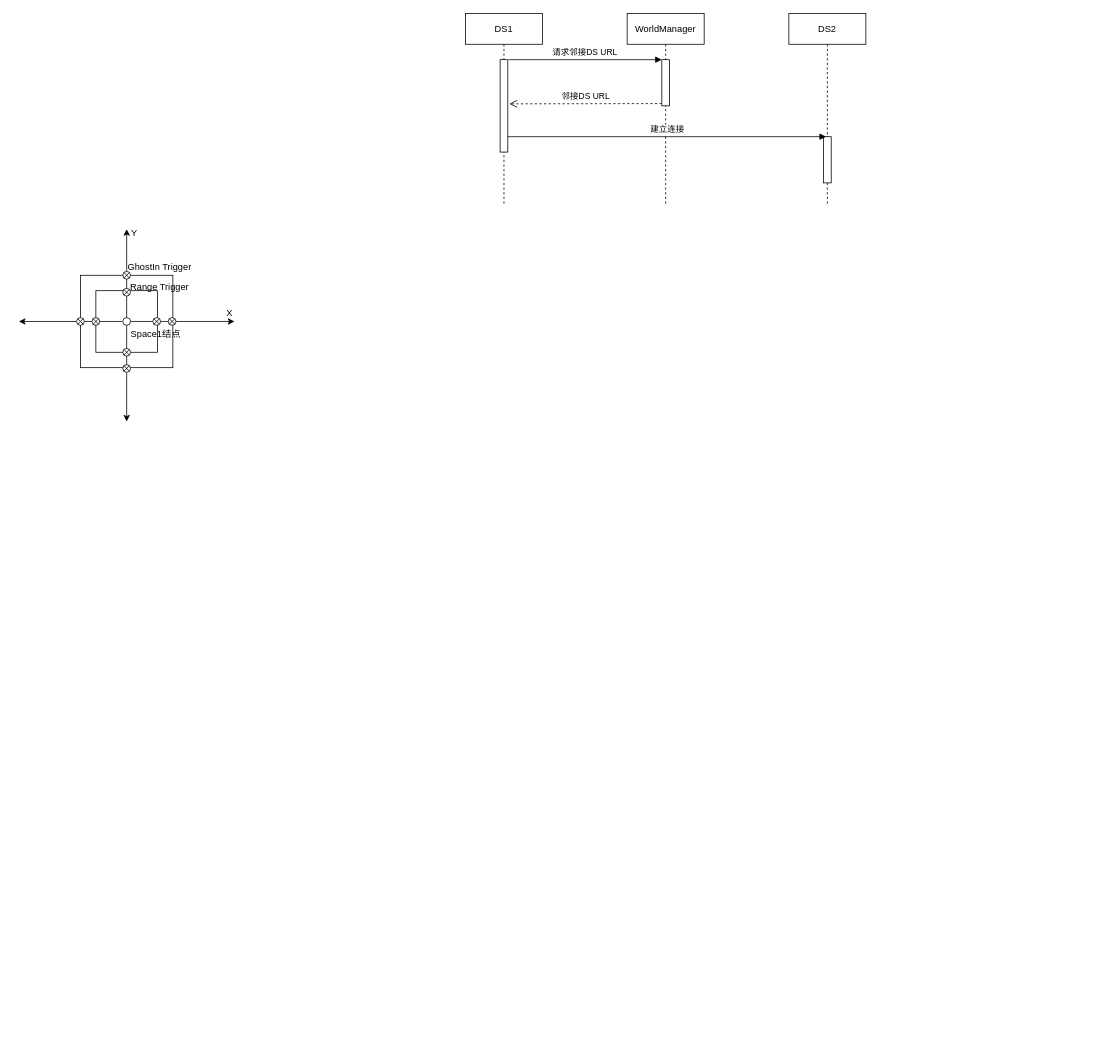
The draw.io diagram page "Page-4" (4 of 4) of 未命名绘图.drawio in bombshen/bombshen, before the edit. Source tidied: cells renumbered, new cells numbered last; positions are measured from the earlier drawing's top-left corner, leaving out a move shared by most shapes. Both pictures are drawn from the tidied source at 77%, with x=0, y=0 at pixel (18, 13).
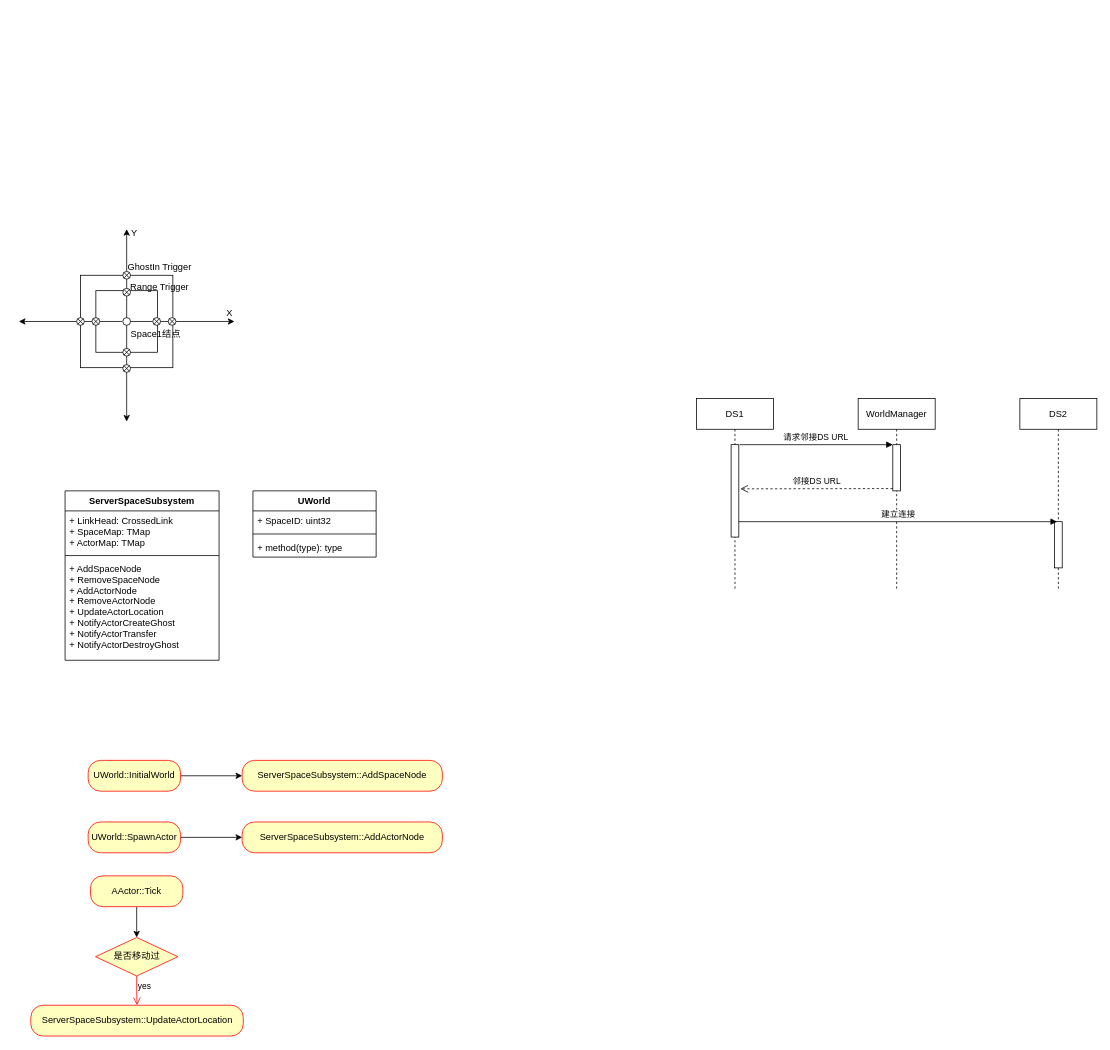
Above is the later version.

Commit message:
Update 未命名绘图.drawio

Unchanged cells that the change refers to:
```xml
<mxCell id="9" style="html=1;points=[];perimeter=orthogonalPerimeter;" parent="8" vertex="1">
  <mxGeometry x="45" y="160" width="10" height="60" as="geometry" />
</mxCell>
```

Change to the diagram source:
```diff
@@
     <mxCell id="4" value="WorldManager" style="shape=umlLifeline;perimeter=lifelinePerimeter;whiteSpace=wrap;html=1;" parent="1" vertex="1">
-      <mxGeometry x="790" width="100" height="250" as="geometry" />
+      <mxGeometry x="1090" y="500" width="100" height="250" as="geometry" />
     </mxCell>
@@
     <mxCell id="6" value="DS1" style="shape=umlLifeline;perimeter=lifelinePerimeter;whiteSpace=wrap;html=1;" parent="1" vertex="1">
-      <mxGeometry x="580" width="100" height="250" as="geometry" />
+      <mxGeometry x="880" y="500" width="100" height="250" as="geometry" />
     </mxCell>
@@
     <mxCell id="8" value="DS2" style="shape=umlLifeline;perimeter=lifelinePerimeter;whiteSpace=wrap;html=1;" parent="1" vertex="1">
-      <mxGeometry x="1000" width="100" height="250" as="geometry" />
+      <mxGeometry x="1300" y="500" width="100" height="250" as="geometry" />
     </mxCell>
@@
     <mxCell id="12" value="建立连接" style="html=1;verticalAlign=bottom;endArrow=block;rounded=0;exitX=1;exitY=0;exitDx=0;exitDy=0;exitPerimeter=0;entryX=0.333;entryY=0;entryDx=0;entryDy=0;entryPerimeter=0;" parent="1" edge="1" target="9">
       <mxGeometry relative="1" as="geometry">
-        <mxPoint x="635" y="160" as="sourcePoint" />
+        <mxPoint x="935" y="660" as="sourcePoint" />
       </mxGeometry>
     </mxCell>
@@
+    <mxCell id="38" value="ServerSpaceSubsystem" style="swimlane;fontStyle=1;align=center;verticalAlign=top;horizontal=1;startSize=26;" parent="1" vertex="1">
+      <mxGeometry x="60" y="620" width="200" height="220" as="geometry" />
+    </mxCell>
+    <mxCell id="39" value="+ LinkHead: CrossedLink&#10;+ SpaceMap: TMap&#10;+ ActorMap: TMap" style="text;strokeColor=none;fillColor=none;align=left;verticalAlign=top;spacingLeft=4;spacingRight=4;overflow=hidden;" parent="38" vertex="1">
+      <mxGeometry y="26" width="200" height="54" as="geometry" />
+    </mxCell>
+    <mxCell id="40" style="line;strokeWidth=1;fillColor=none;align=left;verticalAlign=middle;spacingTop=-1;spacingLeft=3;spacingRight=3;labelPosition=right;" parent="38" vertex="1">
+      <mxGeometry y="80" width="200" height="8" as="geometry" />
+    </mxCell>
+    <mxCell id="41" value="+ AddSpaceNode&#10;+ RemoveSpaceNode&#10;+ AddActorNode&#10;+ RemoveActorNode&#10;+ UpdateActorLocation&#10;+ NotifyActorCreateGhost&#10;+ NotifyActorTransfer&#10;+ NotifyActorDestroyGhost" style="text;strokeColor=none;fillColor=none;align=left;verticalAlign=top;spacingLeft=4;spacingRight=4;overflow=hidden;" parent="38" vertex="1">
+      <mxGeometry y="88" width="200" height="132" as="geometry" />
+    </mxCell>
+    <mxCell id="42" value="UWorld" style="swimlane;fontStyle=1;align=center;verticalAlign=top;horizontal=1;startSize=26;" parent="1" vertex="1">
+      <mxGeometry x="304" y="620" width="160" height="86" as="geometry" />
+    </mxCell>
+    <mxCell id="43" value="+ SpaceID: uint32" style="text;strokeColor=none;fillColor=none;align=left;verticalAlign=top;spacingLeft=4;spacingRight=4;overflow=hidden;" parent="42" vertex="1">
+      <mxGeometry y="26" width="160" height="26" as="geometry" />
+    </mxCell>
+    <mxCell id="44" style="line;strokeWidth=1;fillColor=none;align=left;verticalAlign=middle;spacingTop=-1;spacingLeft=3;spacingRight=3;labelPosition=right;" parent="42" vertex="1">
+      <mxGeometry y="52" width="160" height="8" as="geometry" />
+    </mxCell>
+    <mxCell id="45" value="+ method(type): type" style="text;strokeColor=none;fillColor=none;align=left;verticalAlign=top;spacingLeft=4;spacingRight=4;overflow=hidden;" parent="42" vertex="1">
+      <mxGeometry y="60" width="160" height="26" as="geometry" />
+    </mxCell>
+    <mxCell id="46" style="edgeStyle=orthogonalEdgeStyle;rounded=0;jettySize=auto;html=1;" parent="1" edge="1" source="47" target="48">
+      <mxGeometry relative="1" as="geometry" />
+    </mxCell>
+    <mxCell id="47" value="UWorld::InitialWorld" style="rounded=1;whiteSpace=wrap;html=1;arcSize=40;fontColor=#000000;fillColor=#ffffc0;strokeColor=#ff0000;" parent="1" vertex="1">
+      <mxGeometry x="90" y="970" width="120" height="40" as="geometry" />
+    </mxCell>
+    <mxCell id="48" value="ServerSpaceSubsystem::AddSpaceNode" style="rounded=1;whiteSpace=wrap;html=1;arcSize=40;fontColor=#000000;fillColor=#ffffc0;strokeColor=#ff0000;" parent="1" vertex="1">
+      <mxGeometry x="290" y="970" width="260" height="40" as="geometry" />
+    </mxCell>
+    <mxCell id="49" style="edgeStyle=orthogonalEdgeStyle;rounded=0;jettySize=auto;html=1;" parent="1" edge="1" source="50" target="51">
+      <mxGeometry relative="1" as="geometry" />
+    </mxCell>
+    <mxCell id="50" value="UWorld::SpawnActor" style="rounded=1;whiteSpace=wrap;html=1;arcSize=40;fontColor=#000000;fillColor=#ffffc0;strokeColor=#ff0000;" parent="1" vertex="1">
+      <mxGeometry x="90" y="1050" width="120" height="40" as="geometry" />
+    </mxCell>
+    <mxCell id="51" value="ServerSpaceSubsystem::AddActorNode" style="rounded=1;whiteSpace=wrap;html=1;arcSize=40;fontColor=#000000;fillColor=#ffffc0;strokeColor=#ff0000;" parent="1" vertex="1">
+      <mxGeometry x="290" y="1050" width="260" height="40" as="geometry" />
+    </mxCell>
+    <mxCell id="52" style="edgeStyle=orthogonalEdgeStyle;rounded=0;jettySize=auto;html=1;" parent="1" edge="1" source="53">
+      <mxGeometry relative="1" as="geometry">
+        <mxPoint x="153" y="1200" as="targetPoint" />
+      </mxGeometry>
+    </mxCell>
+    <mxCell id="53" value="AActor::Tick" style="rounded=1;whiteSpace=wrap;html=1;arcSize=40;fontColor=#000000;fillColor=#ffffc0;strokeColor=#ff0000;" parent="1" vertex="1">
+      <mxGeometry x="93" y="1120" width="120" height="40" as="geometry" />
+    </mxCell>
+    <mxCell id="54" value="是否移动过" style="rhombus;whiteSpace=wrap;html=1;fillColor=#ffffc0;strokeColor=#ff0000;" parent="1" vertex="1">
+      <mxGeometry x="99.5" y="1200" width="107" height="50" as="geometry" />
+    </mxCell>
+    <mxCell id="55" value="yes" style="edgeStyle=orthogonalEdgeStyle;html=1;align=left;verticalAlign=top;endArrow=open;endSize=8;strokeColor=#ff0000;rounded=0;entryX=0.5;entryY=0;entryDx=0;entryDy=0;" parent="1" edge="1" source="54" target="56">
+      <mxGeometry x="-1" relative="1" as="geometry" />
+    </mxCell>
+    <mxCell id="56" value="ServerSpaceSubsystem::UpdateActorLocation" style="rounded=1;whiteSpace=wrap;html=1;arcSize=40;fontColor=#000000;fillColor=#ffffc0;strokeColor=#ff0000;" parent="1" vertex="1">
+      <mxGeometry x="15.5" y="1288" width="276" height="40" as="geometry" />
+    </mxCell>
```
